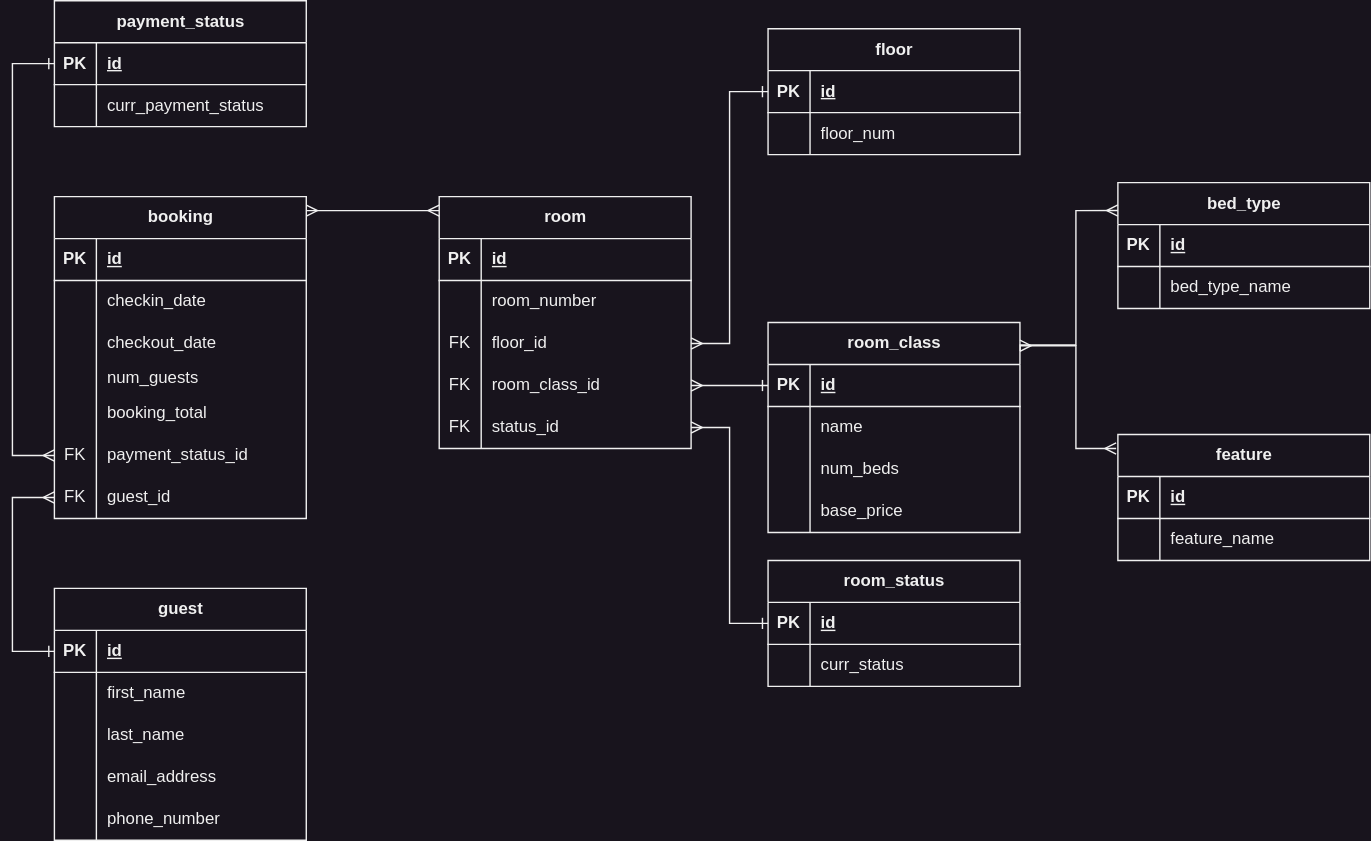
cseltzner/hotel-api keeps this draw.io diagram as hotel-erd.svg. Above is the earlier version. Source tidied: cells renumbered, new cells last; positions are measured from the earlier drawing's top-left corner, leaving out a move shared by most shapes.
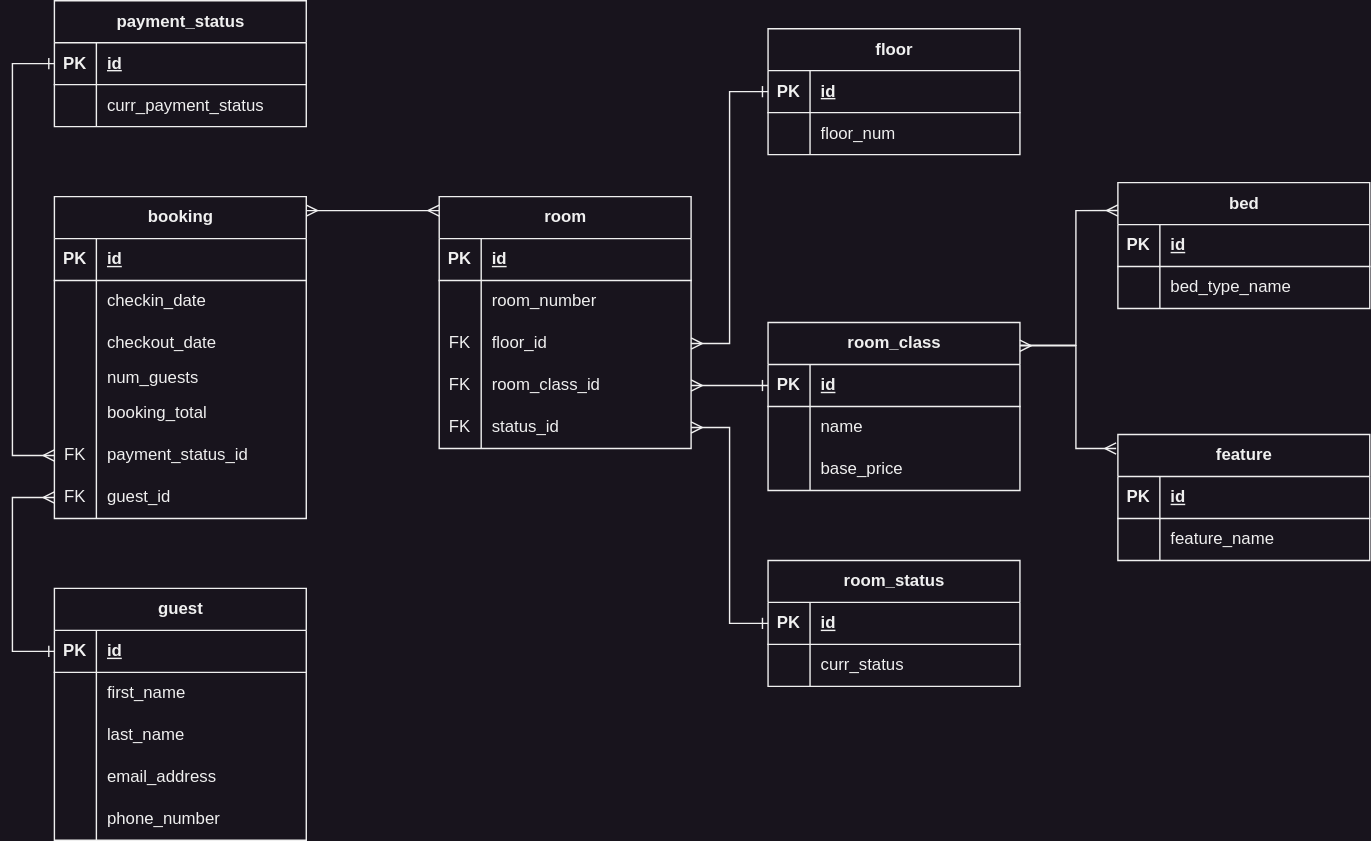
Later version of the same file.

What changed in the source:
```diff
@@ -227,7 +227,7 @@
       <mxGeometry relative="1" as="geometry" />
     </mxCell>
     <mxCell id="73" value="room_class" style="shape=table;startSize=30;rowLines=0;fontStyle=1;align=center;html=1;" parent="1" vertex="1">
-      <mxGeometry x="540" y="230" width="180" height="150" as="geometry" />
+      <mxGeometry x="540" y="230" width="180" height="120" as="geometry" />
     </mxCell>
     <mxCell id="74" style="shape=tableRow;horizontal=0;startSize=0;swimlaneHead=0;swimlaneBody=0;fillColor=none;points=[[0,0.5],[1,0.5]];portConstraint=eastwest;top=0;left=0;right=0;bottom=1;" parent="73" vertex="1">
       <mxGeometry y="30" width="180" height="30" as="geometry" />
@@ -247,17 +247,8 @@
     <mxCell id="79" value="name" style="shape=partialRectangle;fillColor=none;top=0;left=0;bottom=0;right=0;align=left;spacingLeft=6;overflow=hidden;whiteSpace=wrap;html=1;" parent="77" vertex="1">
       <mxGeometry x="30" width="150" height="30" as="geometry" />
     </mxCell>
-    <mxCell id="80" style="shape=tableRow;horizontal=0;startSize=0;swimlaneHead=0;swimlaneBody=0;fillColor=none;top=0;left=0;right=0;bottom=0;" parent="73" vertex="1">
-      <mxGeometry y="90" width="180" height="30" as="geometry" />
-    </mxCell>
-    <mxCell id="81" style="shape=partialRectangle;fillColor=none;top=0;left=0;bottom=0;right=0;overflow=hidden;whiteSpace=wrap;html=1;" parent="80" vertex="1">
-      <mxGeometry width="30" height="30" as="geometry" />
-    </mxCell>
-    <mxCell id="82" value="num_beds" style="shape=partialRectangle;fillColor=none;top=0;left=0;bottom=0;right=0;align=left;spacingLeft=6;overflow=hidden;whiteSpace=wrap;html=1;" parent="80" vertex="1">
-      <mxGeometry x="30" width="150" height="30" as="geometry" />
-    </mxCell>
     <mxCell id="83" style="shape=tableRow;horizontal=0;startSize=0;swimlaneHead=0;swimlaneBody=0;fillColor=none;top=0;left=0;right=0;bottom=0;" parent="73" vertex="1">
-      <mxGeometry y="120" width="180" height="30" as="geometry" />
+      <mxGeometry y="90" width="180" height="30" as="geometry" />
     </mxCell>
     <mxCell id="84" style="shape=partialRectangle;fillColor=none;top=0;left=0;bottom=0;right=0;overflow=hidden;whiteSpace=wrap;html=1;" parent="83" vertex="1">
       <mxGeometry width="30" height="30" as="geometry" />
@@ -329,7 +320,7 @@
         </Array>
       </mxGeometry>
     </mxCell>
-    <mxCell id="104" value="bed_type" style="shape=table;startSize=30;rowLines=0;fontStyle=1;align=center;html=1;" parent="1" vertex="1">
+    <mxCell id="104" value="bed" style="shape=table;startSize=30;rowLines=0;fontStyle=1;align=center;html=1;" parent="1" vertex="1">
       <mxGeometry x="790" y="130" width="180" height="90" as="geometry" />
     </mxCell>
     <mxCell id="105" style="shape=tableRow;horizontal=0;startSize=0;swimlaneHead=0;swimlaneBody=0;fillColor=none;top=0;left=0;right=0;bottom=1;" parent="104" vertex="1">
```
